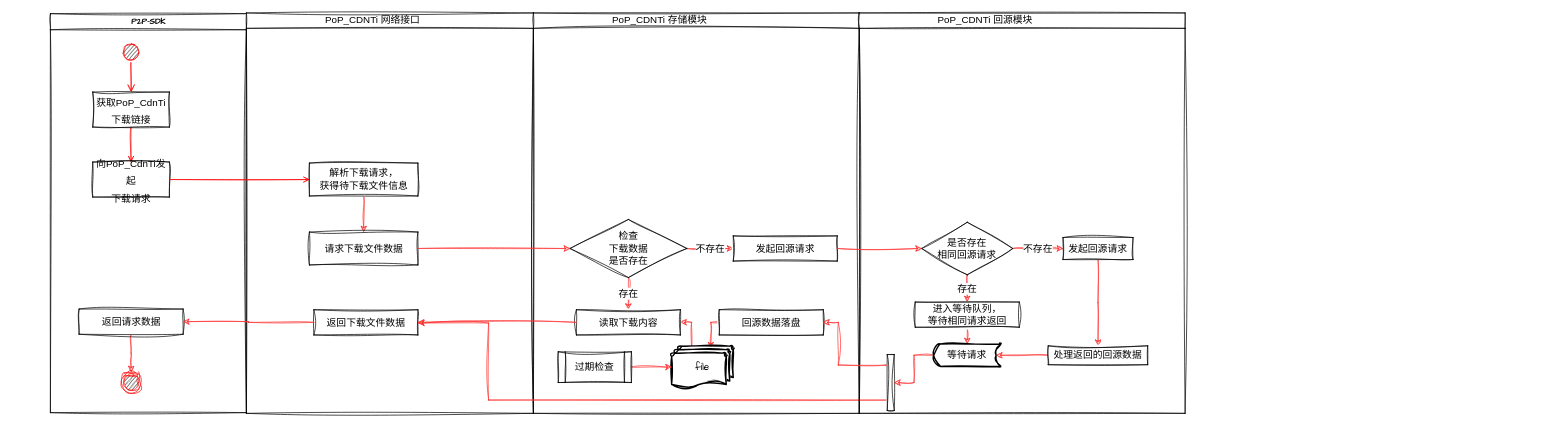
comtjz/CodeFlagment keeps this draw.io diagram as PoP-CDNTi流程.drawio. Above is the earlier version. Source tidied: cells renumbered, new cells numbered last; positions are measured from the earlier drawing's top-left corner, leaving out a move shared by most shapes. Both pictures are drawn from the tidied source at 70%, with x=0, y=0 at pixel (50, 13).
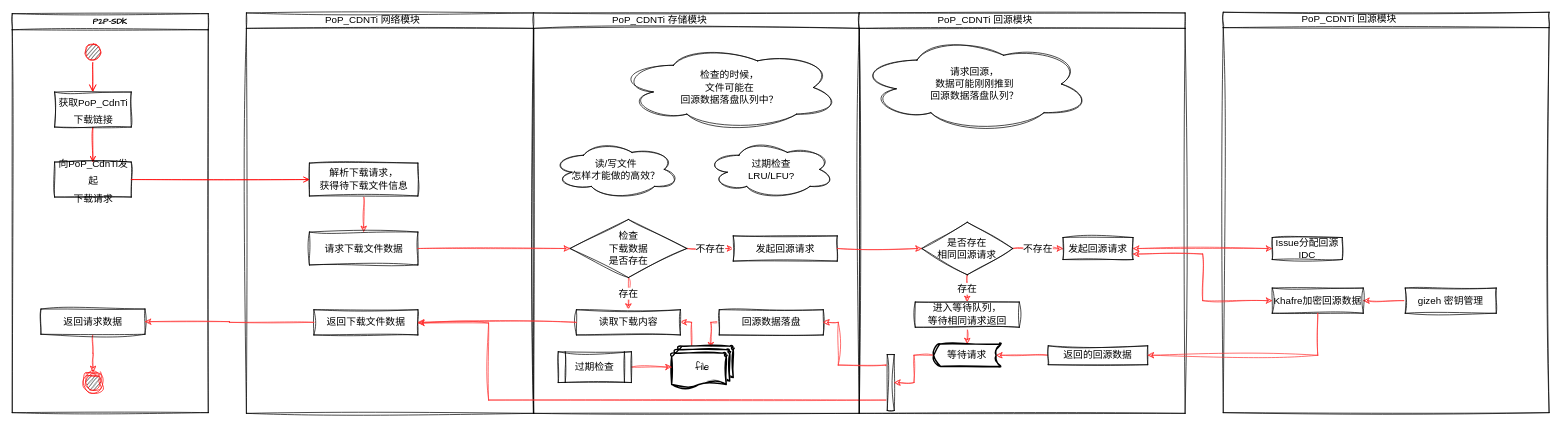
Above is the later version.

Unchanged cells that the change refers to:
```xml
<mxCell id="18" style="swimlane;startSize=22;horizontal=1;containerType=tree;sketch=1;hachureGap=4;jiggle=2;fontFamily=Architects Daughter;fontSize=14;" parent="1" vertex="1">
  <mxGeometry x="690.5" width="465.5" height="572" as="geometry" />
</mxCell>
<mxCell id="35" style="swimlane;startSize=22;horizontal=1;containerType=tree;sketch=1;hachureGap=4;jiggle=2;fontFamily=Architects Daughter;fontSize=14;" parent="1" vertex="1">
  <mxGeometry x="1156" width="465.5" height="572" as="geometry" />
</mxCell>
<mxCell id="43" value="&lt;font face=&quot;Aa花语·紫罗兰永恒&quot;&gt;发起回源请求&lt;br&gt;&lt;/font&gt;" style="rounded=0;whiteSpace=wrap;html=1;sketch=1;hachureGap=4;jiggle=2;fontFamily=Architects Daughter;fontSize=14;" parent="35" vertex="1">
  <mxGeometry x="291.1" y="320.8" width="100" height="31.5" as="geometry" />
</mxCell>
```

The edit, as a diff of the source:
```diff
@@
     <mxCell id="2" value="P2P-SDK" style="swimlane;whiteSpace=wrap;fontFamily=Architects Daughter;sketch=1;" parent="1" vertex="1">
-      <mxGeometry x="0.5" y="1" width="280" height="570" as="geometry" />
+      <mxGeometry x="-54" y="1" width="280" height="570" as="geometry" />
     </mxCell>
@@
     <mxCell id="11" style="swimlane;startSize=22;horizontal=1;containerType=tree;sketch=1;hachureGap=4;jiggle=2;fontFamily=Architects Daughter;fontSize=14;" parent="1" vertex="1">
-      <mxGeometry x="280.5" width="410" height="572" as="geometry" />
+      <mxGeometry x="280.5" width="410.5" height="572" as="geometry" />
     </mxCell>
-    <mxCell id="12" value="&lt;font face=&quot;Aa花语·紫罗兰永恒&quot;&gt;PoP_CDNTi 网络接口&lt;/font&gt;" style="text;html=1;strokeColor=none;fillColor=none;align=center;verticalAlign=middle;whiteSpace=wrap;rounded=0;sketch=1;hachureGap=4;jiggle=2;fontFamily=Architects Daughter;fontSize=14;" parent="11" vertex="1">
+    <mxCell id="12" value="&lt;font face=&quot;Aa花语·紫罗兰永恒&quot;&gt;PoP_CDNTi 网络模块&lt;/font&gt;" style="text;html=1;strokeColor=none;fillColor=none;align=center;verticalAlign=middle;whiteSpace=wrap;rounded=0;sketch=1;hachureGap=4;jiggle=2;fontFamily=Architects Daughter;fontSize=14;" parent="11" vertex="1">
       <mxGeometry x="105" width="150" height="20" as="geometry" />
     </mxCell>
@@
+    <mxCell id="51" value="&lt;font face=&quot;Aa花语·紫罗兰永恒&quot;&gt;检查的时候，&lt;br&gt;文件可能在&lt;br&gt;回源数据落盘队列中？&lt;/font&gt;" style="ellipse;shape=cloud;whiteSpace=wrap;html=1;sketch=1;hachureGap=4;jiggle=2;fontFamily=Architects Daughter;fontSize=14;" parent="18" vertex="1">
+      <mxGeometry x="120" y="43" width="320" height="127" as="geometry" />
+    </mxCell>
+    <mxCell id="52" value="&lt;font face=&quot;Aa花语·紫罗兰永恒&quot;&gt;读/写文件&lt;br&gt;怎样才能做的高效？&lt;br&gt;&lt;/font&gt;" style="ellipse;shape=cloud;whiteSpace=wrap;html=1;sketch=1;hachureGap=4;jiggle=2;fontFamily=Architects Daughter;fontSize=14;" parent="18" vertex="1">
+      <mxGeometry x="25.5" y="183" width="184.5" height="81" as="geometry" />
+    </mxCell>
+    <mxCell id="53" value="&lt;font face=&quot;Aa花语·紫罗兰永恒&quot;&gt;过期检查&lt;br&gt;LRU/LFU?&lt;br&gt;&lt;/font&gt;" style="ellipse;shape=cloud;whiteSpace=wrap;html=1;sketch=1;hachureGap=4;jiggle=2;fontFamily=Architects Daughter;fontSize=14;" parent="18" vertex="1">
+      <mxGeometry x="247.5" y="183" width="184.5" height="81" as="geometry" />
+    </mxCell>
@@
-    <mxCell id="42" style="edgeStyle=orthogonalEdgeStyle;rounded=0;sketch=1;hachureGap=4;jiggle=2;jettySize=auto;html=1;exitX=0.5;exitY=1;exitDx=0;exitDy=0;strokeColor=#FF3333;fontFamily=Architects Daughter;fontSize=14;fontColor=#000000;" parent="35" edge="1" source="43" target="45">
-      <mxGeometry relative="1" as="geometry" />
-    </mxCell>
@@
-    <mxCell id="45" value="&lt;font face=&quot;Aa花语·紫罗兰永恒&quot;&gt;处理返回的回源数据&lt;br&gt;&lt;/font&gt;" style="rounded=0;whiteSpace=wrap;html=1;sketch=1;hachureGap=4;jiggle=2;fontFamily=Architects Daughter;fontSize=14;" parent="35" vertex="1">
+    <mxCell id="45" value="&lt;font face=&quot;Aa花语·紫罗兰永恒&quot;&gt;返回的回源数据&lt;br&gt;&lt;/font&gt;" style="rounded=0;whiteSpace=wrap;html=1;sketch=1;hachureGap=4;jiggle=2;fontFamily=Architects Daughter;fontSize=14;" parent="35" vertex="1">
       <mxGeometry x="270" y="475.5" width="142.1" height="27" as="geometry" />
     </mxCell>
@@
+    <mxCell id="54" value="&lt;font face=&quot;Aa花语·紫罗兰永恒&quot;&gt;请求回源，&lt;br&gt;数据可能刚刚推到&lt;br&gt;回源数据落盘队列？&lt;br&gt;&lt;/font&gt;" style="ellipse;shape=cloud;whiteSpace=wrap;html=1;sketch=1;hachureGap=4;jiggle=2;fontFamily=Architects Daughter;fontSize=14;" parent="35" vertex="1">
+      <mxGeometry y="33" width="330" height="137" as="geometry" />
+    </mxCell>
@@
+    <mxCell id="55" style="swimlane;startSize=22;horizontal=1;containerType=tree;sketch=1;hachureGap=4;jiggle=2;fontFamily=Architects Daughter;fontSize=14;" parent="1" vertex="1">
+      <mxGeometry x="1676" y="-1" width="465.5" height="572" as="geometry" />
+    </mxCell>
+    <mxCell id="56" value="&lt;font face=&quot;Aa花语·紫罗兰永恒&quot;&gt;PoP_CDNTi 回源模块&lt;/font&gt;" style="text;html=1;strokeColor=none;fillColor=none;align=center;verticalAlign=middle;whiteSpace=wrap;rounded=0;sketch=1;hachureGap=4;jiggle=2;fontFamily=Architects Daughter;fontSize=14;" parent="55" vertex="1">
+      <mxGeometry x="105" width="150" height="20" as="geometry" />
+    </mxCell>
+    <mxCell id="57" value="&lt;font face=&quot;Aa花语·紫罗兰永恒&quot;&gt;Issue分配回源IDC&lt;br&gt;&lt;/font&gt;" style="rounded=0;whiteSpace=wrap;html=1;sketch=1;hachureGap=4;jiggle=2;fontFamily=Architects Daughter;fontSize=14;" parent="55" vertex="1">
+      <mxGeometry x="70" y="321.8" width="100" height="31.5" as="geometry" />
+    </mxCell>
+    <mxCell id="58" style="edgeStyle=orthogonalEdgeStyle;rounded=0;sketch=1;hachureGap=4;jiggle=2;jettySize=auto;html=1;exitX=1;exitY=0.5;exitDx=0;exitDy=0;entryX=0;entryY=0.5;entryDx=0;entryDy=0;strokeColor=#FF3333;fontFamily=Architects Daughter;fontSize=14;startArrow=classic;startFill=1;endArrow=none;endFill=0;" parent="55" edge="1" source="59" target="60">
+      <mxGeometry relative="1" as="geometry" />
+    </mxCell>
+    <mxCell id="59" value="&lt;font face=&quot;Aa花语·紫罗兰永恒&quot;&gt;Khafre加密回源数据&lt;br&gt;&lt;/font&gt;" style="rounded=0;whiteSpace=wrap;html=1;sketch=1;hachureGap=4;jiggle=2;fontFamily=Architects Daughter;fontSize=14;" parent="55" vertex="1">
+      <mxGeometry x="70" y="394" width="130" height="36" as="geometry" />
+    </mxCell>
+    <mxCell id="60" value="&lt;font face=&quot;Aa花语·紫罗兰永恒&quot;&gt;gizeh 密钥管理&lt;br&gt;&lt;/font&gt;" style="rounded=0;whiteSpace=wrap;html=1;sketch=1;hachureGap=4;jiggle=2;fontFamily=Architects Daughter;fontSize=14;" parent="55" vertex="1">
+      <mxGeometry x="260" y="394" width="130" height="36" as="geometry" />
+    </mxCell>
+    <mxCell id="61" style="edgeStyle=orthogonalEdgeStyle;rounded=0;sketch=1;hachureGap=4;jiggle=2;jettySize=auto;html=1;exitX=1;exitY=0.5;exitDx=0;exitDy=0;entryX=0;entryY=0.5;entryDx=0;entryDy=0;fontFamily=Architects Daughter;fontSize=14;strokeColor=#FF3333;startArrow=classic;startFill=1;" parent="1" edge="1" source="43" target="57">
+      <mxGeometry relative="1" as="geometry" />
+    </mxCell>
+    <mxCell id="62" style="edgeStyle=orthogonalEdgeStyle;rounded=0;sketch=1;hachureGap=4;jiggle=2;jettySize=auto;html=1;exitX=1;exitY=0.75;exitDx=0;exitDy=0;strokeColor=#FF3333;fontFamily=Architects Daughter;fontSize=14;startArrow=classic;startFill=1;entryX=0;entryY=0.5;entryDx=0;entryDy=0;" parent="1" edge="1" source="43" target="59">
+      <mxGeometry relative="1" as="geometry" />
+    </mxCell>
+    <mxCell id="63" style="edgeStyle=orthogonalEdgeStyle;rounded=0;sketch=1;hachureGap=4;jiggle=2;jettySize=auto;html=1;exitX=0.5;exitY=1;exitDx=0;exitDy=0;entryX=1;entryY=0.5;entryDx=0;entryDy=0;strokeColor=#FF3333;fontFamily=Architects Daughter;fontSize=14;startArrow=none;startFill=0;endArrow=classic;endFill=1;" parent="1" edge="1" source="59" target="45">
+      <mxGeometry relative="1" as="geometry" />
+    </mxCell>
```
